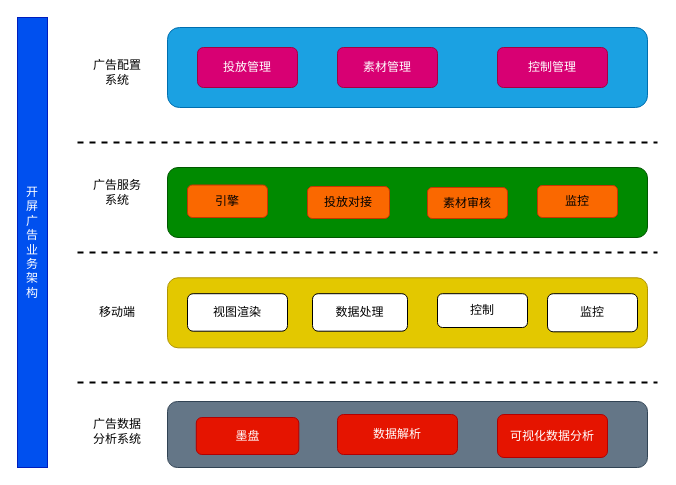
HengqianSong/drawIO keeps this draw.io diagram as moji/开屏业务架构.drawio. Above is the earlier version. Source tidied: cells renumbered, new cells numbered last; positions are measured from the earlier drawing's top-left corner, leaving out a move shared by most shapes. Both pictures are drawn from the tidied source at 100%, with x=0, y=0 at pixel (17, 17).
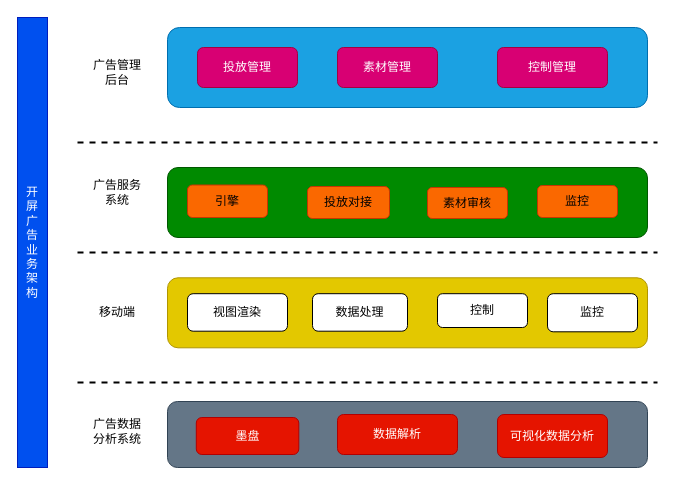
Above is the later version.

Commit message (it also covers changes not shown here):
更新开屏业务架构.drawio

Change to the diagram source:
```diff
@@
-    <mxCell id="4" value="广告配置系统" style="text;html=1;strokeColor=none;fillColor=none;align=center;verticalAlign=middle;whiteSpace=wrap;rounded=0;" parent="1" vertex="1">
+    <mxCell id="4" value="广告管理后台" style="text;html=1;strokeColor=none;fillColor=none;align=center;verticalAlign=middle;whiteSpace=wrap;rounded=0;" parent="1" vertex="1">
       <mxGeometry x="70" y="40" width="60" height="30" as="geometry" />
     </mxCell>
```
